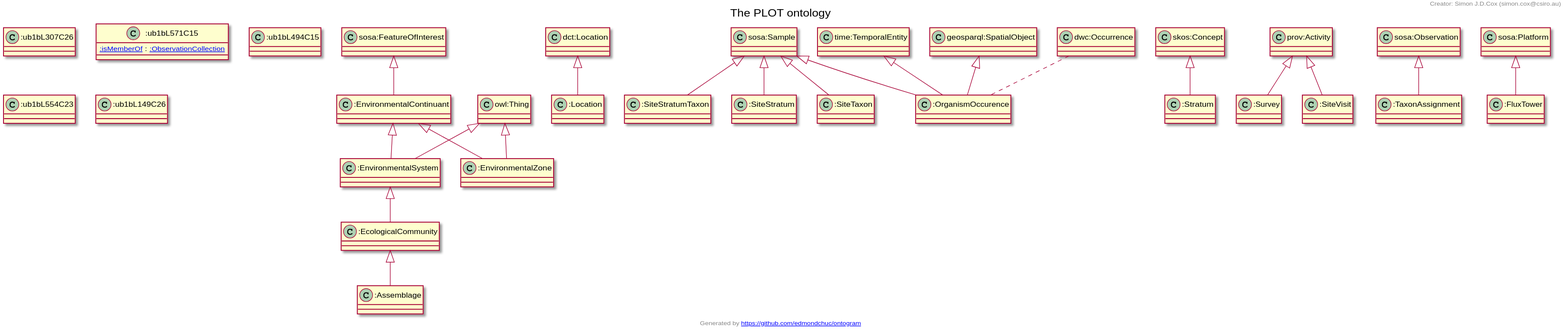
edmondchuc/ontology_tern-plot keeps this PlantUML diagram as docs/tern-plot.ttl.txt.svg. Above is the earlier version. Its diagram source:
```plantuml
@startuml
title The PLOT ontology
"sosa:FeatureOfInterest" <|-- ":EnvironmentalContinuant"
"dct:Location" <|-- ":Location"
"sosa:Sample" <|-- ":SiteStratumTaxon"
"sosa:Sample" <|-- ":OrganismOccurence"
"time:TemporalEntity" <|-- ":OrganismOccurence"
"geosparql:SpatialObject" <|-- ":OrganismOccurence"
"sosa:Sample" <|-- ":SiteStratum"
":EnvironmentalSystem" <|-- ":EcologicalCommunity"
"owl:Thing" <|-- ":EnvironmentalSystem"
":EnvironmentalContinuant" <|-- ":EnvironmentalSystem"
"skos:Concept" <|-- ":Stratum"
"prov:Activity" <|-- ":Survey"
"sosa:Observation" <|-- ":TaxonAssignment"
"sosa:Platform" <|-- ":FluxTower"
"prov:Activity" <|-- ":SiteVisit"
":EcologicalCommunity" <|-- ":Assemblage"
"owl:Thing" <|-- ":EnvironmentalZone"
":EnvironmentalContinuant" <|-- ":EnvironmentalZone"
"sosa:Sample" <|-- ":SiteTaxon"
Class ":EnvironmentalContinuant" [[http://linked.data.gov.au/def/plot/x/EnvironmentalContinuant]] {
}
Class ":Location" [[http://linked.data.gov.au/def/plot/Location]] {
}
Class ":ub1bL307C26" [[ub1bL307C26]] {
}
Class ":SiteStratumTaxon" [[http://linked.data.gov.au/def/plot/SiteStratumTaxon]] {
}
Class ":OrganismOccurence" [[http://linked.data.gov.au/def/plot/OrganismOccurence]] {
}
Class ":ub1bL571C15" [[ub1bL571C15]] {
[[http://www.w3.org/ns/ssn/ext/isMemberOf :isMemberOf]] : [[http://www.w3.org/ns/ssn/ext/ObservationCollection :ObservationCollection]]
}
Class ":SiteStratum" [[http://linked.data.gov.au/def/plot/SiteStratum]] {
}
Class ":EcologicalCommunity" [[http://linked.data.gov.au/def/plot/x/EcologicalCommunity]] {
}
Class ":EnvironmentalSystem" [[http://linked.data.gov.au/def/plot/x/EnvironmentalSystem]] {
}
Class ":Stratum" [[http://linked.data.gov.au/def/plot/Stratum]] {
}
Class ":Survey" [[http://linked.data.gov.au/def/plot/x/Survey]] {
}
Class ":TaxonAssignment" [[http://linked.data.gov.au/def/plot/x/TaxonAssignment]] {
}
Class ":ub1bL494C15" [[ub1bL494C15]] {
}
Class ":ub1bL554C23" [[ub1bL554C23]] {
}
Class ":ub1bL149C26" [[ub1bL149C26]] {
}
Class ":FluxTower" [[http://linked.data.gov.au/def/plot/x/FluxTower]] {
}
Class ":SiteVisit" [[http://linked.data.gov.au/def/plot/SiteVisit]] {
}
Class ":Assemblage" [[http://linked.data.gov.au/def/plot/x/Assemblage]] {
}
Class ":EnvironmentalZone" [[http://linked.data.gov.au/def/plot/x/EnvironmentalZone]] {
}
Class ":SiteTaxon" [[http://linked.data.gov.au/def/plot/SiteTaxon]] {
}
"dwc:Occurrence" .. ":OrganismOccurence"
header
Creator: Simon J.D.Cox (simon.cox@csiro.au)
endheader
center footer Generated by [[https://github.com/edmondchuc/ontogram https://github.com/edmondchuc/ontogram]]
@enduml
```
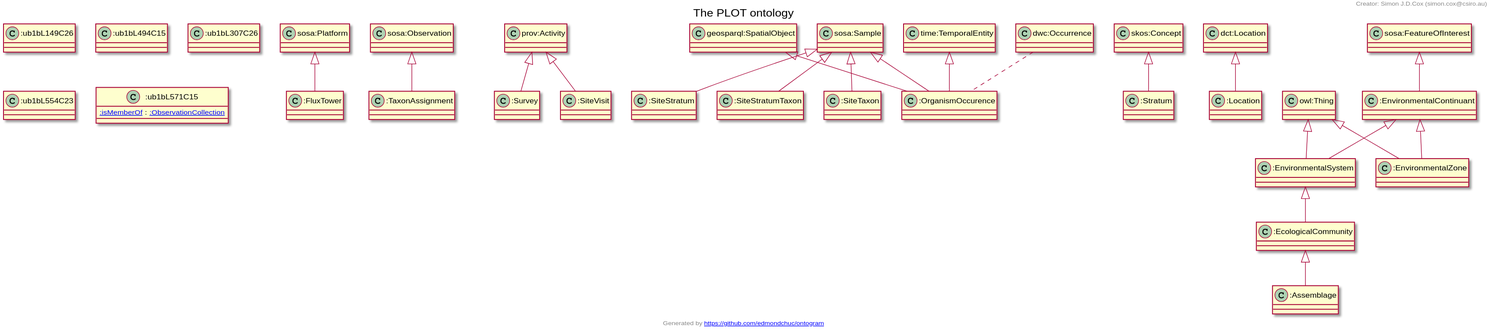
The same diagram one commit later.

Change to the diagram source:
```diff
@@ -1,64 +1,64 @@
 @startuml
 title The PLOT ontology
-"sosa:FeatureOfInterest" <|-- ":EnvironmentalContinuant"
+"sosa:Platform" <|-- ":FluxTower"
+"sosa:Observation" <|-- ":TaxonAssignment"
+"prov:Activity" <|-- ":Survey"
+"sosa:Sample" <|-- ":OrganismOccurence"
+"geosparql:SpatialObject" <|-- ":OrganismOccurence"
+"time:TemporalEntity" <|-- ":OrganismOccurence"
+"sosa:Sample" <|-- ":SiteStratum"
+"sosa:Sample" <|-- ":SiteTaxon"
+"skos:Concept" <|-- ":Stratum"
 "dct:Location" <|-- ":Location"
 "sosa:Sample" <|-- ":SiteStratumTaxon"
-"sosa:Sample" <|-- ":OrganismOccurence"
-"time:TemporalEntity" <|-- ":OrganismOccurence"
-"geosparql:SpatialObject" <|-- ":OrganismOccurence"
-"sosa:Sample" <|-- ":SiteStratum"
+":EnvironmentalContinuant" <|-- ":EnvironmentalSystem"
+"owl:Thing" <|-- ":EnvironmentalSystem"
+"prov:Activity" <|-- ":SiteVisit"
+"sosa:FeatureOfInterest" <|-- ":EnvironmentalContinuant"
+":EcologicalCommunity" <|-- ":Assemblage"
 ":EnvironmentalSystem" <|-- ":EcologicalCommunity"
-"owl:Thing" <|-- ":EnvironmentalSystem"
-":EnvironmentalContinuant" <|-- ":EnvironmentalSystem"
-"skos:Concept" <|-- ":Stratum"
-"prov:Activity" <|-- ":Survey"
-"sosa:Observation" <|-- ":TaxonAssignment"
-"sosa:Platform" <|-- ":FluxTower"
-"prov:Activity" <|-- ":SiteVisit"
-":EcologicalCommunity" <|-- ":Assemblage"
+":EnvironmentalContinuant" <|-- ":EnvironmentalZone"
 "owl:Thing" <|-- ":EnvironmentalZone"
-":EnvironmentalContinuant" <|-- ":EnvironmentalZone"
-"sosa:Sample" <|-- ":SiteTaxon"
-Class ":EnvironmentalContinuant" [[http://linked.data.gov.au/def/plot/x/EnvironmentalContinuant]] {
+Class ":FluxTower" [[http://linked.data.gov.au/def/plot/x/FluxTower]] {
+}
+Class ":TaxonAssignment" [[http://linked.data.gov.au/def/plot/x/TaxonAssignment]] {
+}
+Class ":Survey" [[http://linked.data.gov.au/def/plot/x/Survey]] {
+}
+Class ":OrganismOccurence" [[http://linked.data.gov.au/def/plot/OrganismOccurence]] {
+}
+Class ":SiteStratum" [[http://linked.data.gov.au/def/plot/SiteStratum]] {
+}
+Class ":SiteTaxon" [[http://linked.data.gov.au/def/plot/SiteTaxon]] {
+}
+Class ":Stratum" [[http://linked.data.gov.au/def/plot/Stratum]] {
 }
 Class ":Location" [[http://linked.data.gov.au/def/plot/Location]] {
 }
+Class ":SiteStratumTaxon" [[http://linked.data.gov.au/def/plot/SiteStratumTaxon]] {
+}
+Class ":ub1bL149C26" [[ub1bL149C26]] {
+}
+Class ":ub1bL494C15" [[ub1bL494C15]] {
+}
+Class ":EnvironmentalSystem" [[http://linked.data.gov.au/def/plot/x/EnvironmentalSystem]] {
+}
 Class ":ub1bL307C26" [[ub1bL307C26]] {
 }
-Class ":SiteStratumTaxon" [[http://linked.data.gov.au/def/plot/SiteStratumTaxon]] {
-}
-Class ":OrganismOccurence" [[http://linked.data.gov.au/def/plot/OrganismOccurence]] {
+Class ":ub1bL554C23" [[ub1bL554C23]] {
 }
 Class ":ub1bL571C15" [[ub1bL571C15]] {
 [[http://www.w3.org/ns/ssn/ext/isMemberOf :isMemberOf]] : [[http://www.w3.org/ns/ssn/ext/ObservationCollection :ObservationCollection]]
 }
-Class ":SiteStratum" [[http://linked.data.gov.au/def/plot/SiteStratum]] {
+Class ":SiteVisit" [[http://linked.data.gov.au/def/plot/SiteVisit]] {
+}
+Class ":EnvironmentalContinuant" [[http://linked.data.gov.au/def/plot/x/EnvironmentalContinuant]] {
+}
+Class ":Assemblage" [[http://linked.data.gov.au/def/plot/x/Assemblage]] {
 }
 Class ":EcologicalCommunity" [[http://linked.data.gov.au/def/plot/x/EcologicalCommunity]] {
 }
-Class ":EnvironmentalSystem" [[http://linked.data.gov.au/def/plot/x/EnvironmentalSystem]] {
-}
-Class ":Stratum" [[http://linked.data.gov.au/def/plot/Stratum]] {
-}
-Class ":Survey" [[http://linked.data.gov.au/def/plot/x/Survey]] {
-}
-Class ":TaxonAssignment" [[http://linked.data.gov.au/def/plot/x/TaxonAssignment]] {
-}
-Class ":ub1bL494C15" [[ub1bL494C15]] {
-}
-Class ":ub1bL554C23" [[ub1bL554C23]] {
-}
-Class ":ub1bL149C26" [[ub1bL149C26]] {
-}
-Class ":FluxTower" [[http://linked.data.gov.au/def/plot/x/FluxTower]] {
-}
-Class ":SiteVisit" [[http://linked.data.gov.au/def/plot/SiteVisit]] {
-}
-Class ":Assemblage" [[http://linked.data.gov.au/def/plot/x/Assemblage]] {
-}
 Class ":EnvironmentalZone" [[http://linked.data.gov.au/def/plot/x/EnvironmentalZone]] {
-}
-Class ":SiteTaxon" [[http://linked.data.gov.au/def/plot/SiteTaxon]] {
 }
 "dwc:Occurrence" .. ":OrganismOccurence"
 header
```
